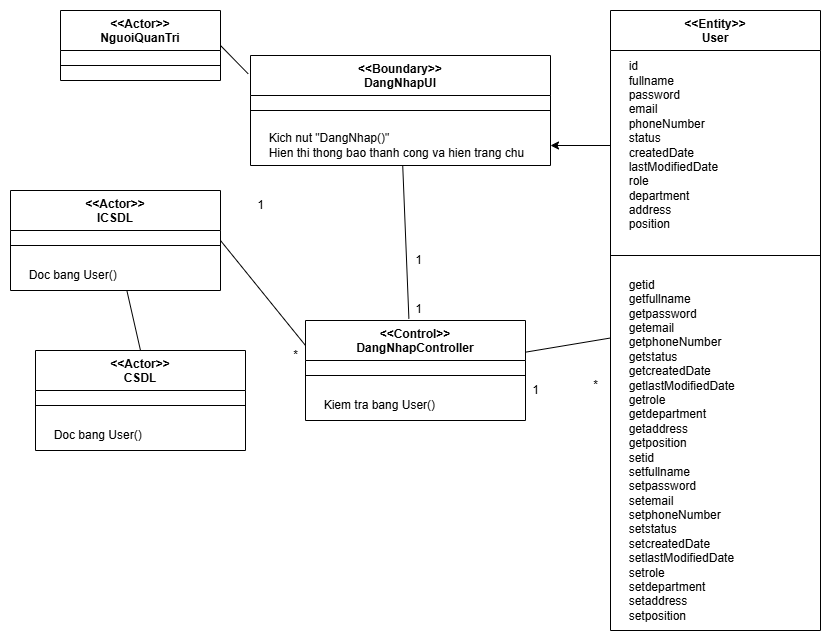
This is Báo Cáo/VOPC/VPOC-DangNhap.drawio.png from chickenlazy/college, a draw.io export, as it was before one commit. Source tidied: cells renumbered, new cells last; positions are measured from the earlier drawing's top-left corner, leaving out a move shared by most shapes.
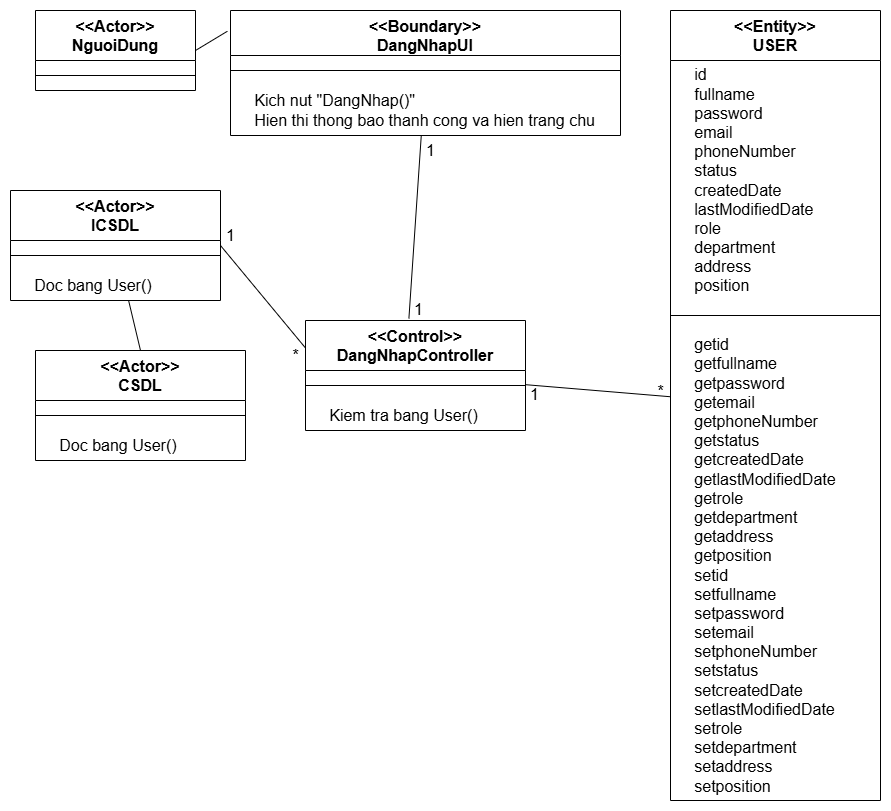
After the commit.

What changed in the source:
```diff
@@ -2,95 +2,92 @@
   <root>
     <mxCell id="0" />
     <mxCell id="1" parent="0" />
-    <mxCell id="2" value="&amp;lt;&amp;lt;Actor&amp;gt;&amp;gt;&lt;div&gt;NguoiQuanTri&lt;/div&gt;" style="swimlane;fontStyle=1;align=center;verticalAlign=top;horizontal=1;startSize=40;whiteSpace=wrap;html=1;" parent="1" vertex="1">
-      <mxGeometry x="50" width="160" height="70" as="geometry" />
+    <mxCell id="2" value="&amp;lt;&amp;lt;Actor&amp;gt;&amp;gt;&lt;div&gt;NguoiDung&lt;/div&gt;" style="swimlane;fontStyle=1;align=center;verticalAlign=top;horizontal=1;startSize=50;whiteSpace=wrap;html=1;fontSize=16;" parent="1" vertex="1">
+      <mxGeometry x="25" width="160" height="80" as="geometry" />
     </mxCell>
-    <mxCell id="3" style="line;strokeWidth=1;fillColor=none;align=left;verticalAlign=middle;spacingTop=-1;spacingLeft=3;spacingRight=3;labelPosition=right;strokeColor=inherit;" parent="2" vertex="1">
-      <mxGeometry y="40" width="160" height="30" as="geometry" />
+    <mxCell id="3" style="line;strokeWidth=1;fillColor=none;align=left;verticalAlign=middle;spacingTop=-1;spacingLeft=3;spacingRight=3;labelPosition=right;strokeColor=inherit;fontSize=16;" parent="2" vertex="1">
+      <mxGeometry y="50" width="160" height="30" as="geometry" />
     </mxCell>
-    <mxCell id="4" value="&amp;lt;&amp;lt;Boundary&amp;gt;&amp;gt;&lt;div&gt;DangNhapUI&lt;/div&gt;" style="swimlane;fontStyle=1;align=center;verticalAlign=top;horizontal=1;startSize=40;whiteSpace=wrap;html=1;" parent="1" vertex="1">
-      <mxGeometry x="240" y="45" width="300" height="110" as="geometry" />
+    <mxCell id="4" value="&amp;lt;&amp;lt;Boundary&amp;gt;&amp;gt;&lt;div&gt;DangNhapUI&lt;/div&gt;" style="swimlane;fontStyle=1;align=center;verticalAlign=top;horizontal=1;startSize=45;whiteSpace=wrap;html=1;fontSize=16;" parent="1" vertex="1">
+      <mxGeometry x="220" width="390" height="125" as="geometry" />
     </mxCell>
-    <mxCell id="5" style="line;strokeWidth=1;fillColor=none;align=left;verticalAlign=middle;spacingTop=-1;spacingLeft=3;spacingRight=3;labelPosition=right;strokeColor=inherit;" parent="4" vertex="1">
-      <mxGeometry y="40" width="300" height="30" as="geometry" />
+    <mxCell id="5" style="line;strokeWidth=1;fillColor=none;align=left;verticalAlign=middle;spacingTop=-1;spacingLeft=3;spacingRight=3;labelPosition=right;strokeColor=inherit;fontSize=16;" parent="4" vertex="1">
+      <mxGeometry y="45" width="390" height="30" as="geometry" />
     </mxCell>
-    <mxCell id="6" value="&amp;nbsp; &amp;nbsp; &amp;nbsp;Kich nut &quot;DangNhap()&quot;&lt;br&gt;&lt;div&gt;&lt;span style=&quot;background-color: transparent; color: light-dark(rgb(0, 0, 0), rgb(255, 255, 255));&quot;&gt;&amp;nbsp; &amp;nbsp; &amp;nbsp;Hien thi thong bao thanh cong va hien trang chu&lt;/span&gt;&lt;span style=&quot;background-color: transparent; color: light-dark(rgb(0, 0, 0), rgb(255, 255, 255));&quot;&gt;&amp;nbsp;&lt;/span&gt;&lt;/div&gt;" style="text;html=1;align=left;verticalAlign=middle;points=[];strokeColor=none;fillColor=none;" parent="4" vertex="1">
-      <mxGeometry y="70" width="300" height="40" as="geometry" />
+    <mxCell id="6" value="&amp;nbsp; &amp;nbsp; &amp;nbsp;Kich nut &quot;DangNhap()&quot;&lt;br&gt;&lt;div&gt;&lt;span style=&quot;background-color: transparent; color: light-dark(rgb(0, 0, 0), rgb(255, 255, 255));&quot;&gt;&amp;nbsp; &amp;nbsp; &amp;nbsp;Hien thi thong bao thanh cong va hien trang chu&lt;/span&gt;&lt;span style=&quot;background-color: transparent; color: light-dark(rgb(0, 0, 0), rgb(255, 255, 255));&quot;&gt;&amp;nbsp;&lt;/span&gt;&lt;/div&gt;" style="text;html=1;align=left;verticalAlign=middle;points=[];strokeColor=none;fillColor=none;fontSize=16;" parent="4" vertex="1">
+      <mxGeometry y="75" width="390" height="50" as="geometry" />
     </mxCell>
-    <mxCell id="7" value="&amp;lt;&amp;lt;Control&amp;gt;&amp;gt;&lt;div&gt;DangNhapController&lt;/div&gt;" style="swimlane;fontStyle=1;align=center;verticalAlign=top;horizontal=1;startSize=40;whiteSpace=wrap;html=1;" parent="1" vertex="1">
-      <mxGeometry x="295" y="310" width="220" height="100" as="geometry" />
+    <mxCell id="7" value="&amp;lt;&amp;lt;Control&amp;gt;&amp;gt;&lt;div&gt;DangNhapController&lt;/div&gt;" style="swimlane;fontStyle=1;align=center;verticalAlign=top;horizontal=1;startSize=50;whiteSpace=wrap;html=1;fontSize=16;" parent="1" vertex="1">
+      <mxGeometry x="295" y="310" width="220" height="110" as="geometry" />
     </mxCell>
-    <mxCell id="8" style="line;strokeWidth=1;fillColor=none;align=left;verticalAlign=middle;spacingTop=-1;spacingLeft=3;spacingRight=3;labelPosition=right;strokeColor=inherit;" parent="7" vertex="1">
-      <mxGeometry y="40" width="220" height="30" as="geometry" />
+    <mxCell id="8" style="line;strokeWidth=1;fillColor=none;align=left;verticalAlign=middle;spacingTop=-1;spacingLeft=3;spacingRight=3;labelPosition=right;strokeColor=inherit;fontSize=16;" parent="7" vertex="1">
+      <mxGeometry y="50" width="220" height="30" as="geometry" />
     </mxCell>
-    <mxCell id="9" value="&amp;nbsp; &amp;nbsp; &amp;nbsp;Kiem tra bang User()" style="text;html=1;align=left;verticalAlign=middle;strokeColor=none;fillColor=none;" parent="7" vertex="1">
-      <mxGeometry y="70" width="220" height="30" as="geometry" />
+    <mxCell id="9" value="&amp;nbsp; &amp;nbsp; &amp;nbsp;Kiem tra bang User()" style="text;html=1;align=left;verticalAlign=middle;strokeColor=none;fillColor=none;fontSize=16;" parent="7" vertex="1">
+      <mxGeometry y="80" width="220" height="30" as="geometry" />
     </mxCell>
-    <mxCell id="10" value="&amp;lt;&amp;lt;Actor&amp;gt;&amp;gt;&lt;div&gt;CSDL&lt;/div&gt;" style="swimlane;fontStyle=1;align=center;verticalAlign=top;horizontal=1;startSize=40;whiteSpace=wrap;html=1;" parent="1" vertex="1">
-      <mxGeometry x="25" y="340" width="210" height="100" as="geometry" />
+    <mxCell id="10" value="&amp;lt;&amp;lt;Actor&amp;gt;&amp;gt;&lt;div&gt;CSDL&lt;/div&gt;" style="swimlane;fontStyle=1;align=center;verticalAlign=top;horizontal=1;startSize=50;whiteSpace=wrap;html=1;fontSize=16;" parent="1" vertex="1">
+      <mxGeometry x="25" y="340" width="210" height="110" as="geometry" />
     </mxCell>
-    <mxCell id="11" style="line;strokeWidth=1;fillColor=none;align=left;verticalAlign=middle;spacingTop=-1;spacingLeft=3;spacingRight=3;labelPosition=right;strokeColor=inherit;" parent="10" vertex="1">
-      <mxGeometry y="40" width="210" height="30" as="geometry" />
+    <mxCell id="11" style="line;strokeWidth=1;fillColor=none;align=left;verticalAlign=middle;spacingTop=-1;spacingLeft=3;spacingRight=3;labelPosition=right;strokeColor=inherit;fontSize=16;" parent="10" vertex="1">
+      <mxGeometry y="50" width="210" height="30" as="geometry" />
     </mxCell>
-    <mxCell id="12" value="&amp;nbsp; &amp;nbsp; &amp;nbsp;Doc bang User()" style="text;html=1;align=left;verticalAlign=middle;strokeColor=none;fillColor=none;" parent="10" vertex="1">
-      <mxGeometry y="70" width="210" height="30" as="geometry" />
+    <mxCell id="12" value="&amp;nbsp; &amp;nbsp; &amp;nbsp;Doc bang User()" style="text;html=1;align=left;verticalAlign=middle;strokeColor=none;fillColor=none;fontSize=16;" parent="10" vertex="1">
+      <mxGeometry y="80" width="210" height="30" as="geometry" />
     </mxCell>
-    <mxCell id="13" value="&amp;lt;&amp;lt;Actor&amp;gt;&amp;gt;&lt;div&gt;ICSDL&lt;/div&gt;" style="swimlane;fontStyle=1;align=center;verticalAlign=top;horizontal=1;startSize=40;whiteSpace=wrap;html=1;" parent="1" vertex="1">
-      <mxGeometry y="180" width="210" height="100" as="geometry" />
+    <mxCell id="13" value="&amp;lt;&amp;lt;Actor&amp;gt;&amp;gt;&lt;div&gt;ICSDL&lt;/div&gt;" style="swimlane;fontStyle=1;align=center;verticalAlign=top;horizontal=1;startSize=50;whiteSpace=wrap;html=1;fontSize=16;" parent="1" vertex="1">
+      <mxGeometry y="180" width="210" height="110" as="geometry" />
     </mxCell>
-    <mxCell id="14" style="line;strokeWidth=1;fillColor=none;align=left;verticalAlign=middle;spacingTop=-1;spacingLeft=3;spacingRight=3;labelPosition=right;strokeColor=inherit;" parent="13" vertex="1">
-      <mxGeometry y="40" width="210" height="30" as="geometry" />
+    <mxCell id="14" style="line;strokeWidth=1;fillColor=none;align=left;verticalAlign=middle;spacingTop=-1;spacingLeft=3;spacingRight=3;labelPosition=right;strokeColor=inherit;fontSize=16;" parent="13" vertex="1">
+      <mxGeometry y="50" width="210" height="30" as="geometry" />
     </mxCell>
-    <mxCell id="15" value="&amp;nbsp; &amp;nbsp; &amp;nbsp;Doc bang User()" style="text;html=1;align=left;verticalAlign=middle;strokeColor=none;fillColor=none;" parent="13" vertex="1">
-      <mxGeometry y="70" width="210" height="30" as="geometry" />
+    <mxCell id="15" value="&amp;nbsp; &amp;nbsp; &amp;nbsp;Doc bang User()" style="text;html=1;align=left;verticalAlign=middle;strokeColor=none;fillColor=none;fontSize=16;" parent="13" vertex="1">
+      <mxGeometry y="80" width="210" height="30" as="geometry" />
     </mxCell>
-    <mxCell id="16" value="&amp;lt;&amp;lt;Entity&amp;gt;&amp;gt;&lt;div&gt;User&lt;/div&gt;" style="swimlane;fontStyle=1;align=center;verticalAlign=top;horizontal=1;startSize=40;whiteSpace=wrap;html=1;" parent="1" vertex="1">
-      <mxGeometry x="600" width="210" height="620" as="geometry" />
+    <mxCell id="16" value="&amp;lt;&amp;lt;Entity&amp;gt;&amp;gt;&lt;div&gt;USER&lt;/div&gt;" style="swimlane;fontStyle=1;align=center;verticalAlign=top;horizontal=1;startSize=50;whiteSpace=wrap;html=1;fontSize=16;" parent="1" vertex="1">
+      <mxGeometry x="660" width="210" height="790" as="geometry" />
     </mxCell>
-    <mxCell id="17" value="&amp;nbsp; &amp;nbsp; &amp;nbsp;id&lt;div&gt;&amp;nbsp; &amp;nbsp; &amp;nbsp;fullname&lt;/div&gt;&lt;div&gt;&amp;nbsp; &amp;nbsp; &amp;nbsp;password&lt;/div&gt;&lt;div&gt;&amp;nbsp; &amp;nbsp; &amp;nbsp;email&lt;/div&gt;&lt;div&gt;&amp;nbsp; &amp;nbsp; &amp;nbsp;phoneNumber&lt;/div&gt;&lt;div&gt;&amp;nbsp; &amp;nbsp; &amp;nbsp;status&lt;/div&gt;&lt;div&gt;&amp;nbsp; &amp;nbsp; &amp;nbsp;createdDate&lt;/div&gt;&lt;div&gt;&amp;nbsp; &amp;nbsp; &amp;nbsp;lastModifiedDate&lt;/div&gt;&lt;div&gt;&amp;nbsp; &amp;nbsp; &amp;nbsp;role&lt;/div&gt;&lt;div&gt;&amp;nbsp; &amp;nbsp; &amp;nbsp;department&lt;/div&gt;&lt;div&gt;&amp;nbsp; &amp;nbsp; &amp;nbsp;address&lt;/div&gt;&lt;div&gt;&amp;nbsp; &amp;nbsp; &amp;nbsp;position&lt;/div&gt;" style="text;html=1;align=left;verticalAlign=middle;points=[];strokeColor=none;fillColor=none;" parent="16" vertex="1">
-      <mxGeometry y="40" width="210" height="190" as="geometry" />
+    <mxCell id="17" value="&amp;nbsp; &amp;nbsp; &amp;nbsp;id&lt;div&gt;&amp;nbsp; &amp;nbsp; &amp;nbsp;fullname&lt;/div&gt;&lt;div&gt;&amp;nbsp; &amp;nbsp; &amp;nbsp;password&lt;/div&gt;&lt;div&gt;&amp;nbsp; &amp;nbsp; &amp;nbsp;email&lt;/div&gt;&lt;div&gt;&amp;nbsp; &amp;nbsp; &amp;nbsp;phoneNumber&lt;/div&gt;&lt;div&gt;&amp;nbsp; &amp;nbsp; &amp;nbsp;status&lt;/div&gt;&lt;div&gt;&amp;nbsp; &amp;nbsp; &amp;nbsp;createdDate&lt;/div&gt;&lt;div&gt;&amp;nbsp; &amp;nbsp; &amp;nbsp;lastModifiedDate&lt;/div&gt;&lt;div&gt;&amp;nbsp; &amp;nbsp; &amp;nbsp;role&lt;/div&gt;&lt;div&gt;&amp;nbsp; &amp;nbsp; &amp;nbsp;department&lt;/div&gt;&lt;div&gt;&amp;nbsp; &amp;nbsp; &amp;nbsp;address&lt;/div&gt;&lt;div&gt;&amp;nbsp; &amp;nbsp; &amp;nbsp;position&lt;/div&gt;" style="text;html=1;align=left;verticalAlign=middle;points=[];strokeColor=none;fillColor=none;fontSize=16;" parent="16" vertex="1">
+      <mxGeometry y="50" width="210" height="240" as="geometry" />
     </mxCell>
-    <mxCell id="18" style="line;strokeWidth=1;fillColor=none;align=left;verticalAlign=middle;spacingTop=-1;spacingLeft=3;spacingRight=3;labelPosition=right;strokeColor=inherit;" parent="16" vertex="1">
-      <mxGeometry y="230" width="210" height="30" as="geometry" />
+    <mxCell id="18" style="line;strokeWidth=1;fillColor=none;align=left;verticalAlign=middle;spacingTop=-1;spacingLeft=3;spacingRight=3;labelPosition=right;strokeColor=inherit;fontSize=16;" parent="16" vertex="1">
+      <mxGeometry y="290" width="210" height="30" as="geometry" />
     </mxCell>
-    <mxCell id="19" value="&amp;nbsp; &amp;nbsp; &amp;nbsp;getid&lt;div&gt;&amp;nbsp; &amp;nbsp; &amp;nbsp;getfullname&lt;/div&gt;&lt;div&gt;&amp;nbsp; &amp;nbsp; &amp;nbsp;get&lt;span style=&quot;background-color: transparent; color: light-dark(rgb(0, 0, 0), rgb(255, 255, 255));&quot;&gt;password&lt;/span&gt;&lt;/div&gt;&lt;div&gt;&amp;nbsp; &amp;nbsp; &amp;nbsp;get&lt;span style=&quot;background-color: transparent; color: light-dark(rgb(0, 0, 0), rgb(255, 255, 255));&quot;&gt;email&lt;/span&gt;&lt;/div&gt;&lt;div&gt;&amp;nbsp; &amp;nbsp; &amp;nbsp;get&lt;span style=&quot;background-color: transparent; color: light-dark(rgb(0, 0, 0), rgb(255, 255, 255));&quot;&gt;phoneNumber&lt;/span&gt;&lt;/div&gt;&lt;div&gt;&amp;nbsp; &amp;nbsp; &amp;nbsp;getstatus&lt;/div&gt;&lt;div&gt;&amp;nbsp; &amp;nbsp; &amp;nbsp;getcreatedDate&lt;/div&gt;&lt;div&gt;&amp;nbsp; &amp;nbsp; &amp;nbsp;getlastModifiedDate&lt;/div&gt;&lt;div&gt;&amp;nbsp; &amp;nbsp; &amp;nbsp;getrole&lt;/div&gt;&lt;div&gt;&amp;nbsp; &amp;nbsp; &amp;nbsp;getdepartment&lt;/div&gt;&lt;div&gt;&amp;nbsp; &amp;nbsp; &amp;nbsp;getaddress&lt;/div&gt;&lt;div&gt;&amp;nbsp; &amp;nbsp; &amp;nbsp;getposition&lt;/div&gt;&lt;div&gt;&amp;nbsp; &amp;nbsp; &amp;nbsp;setid&lt;div&gt;&amp;nbsp; &amp;nbsp; &amp;nbsp;setfullname&lt;/div&gt;&lt;div&gt;&amp;nbsp; &amp;nbsp; &amp;nbsp;set&lt;span style=&quot;background-color: transparent; color: light-dark(rgb(0, 0, 0), rgb(255, 255, 255));&quot;&gt;password&lt;/span&gt;&lt;/div&gt;&lt;div&gt;&amp;nbsp; &amp;nbsp; &amp;nbsp;set&lt;span style=&quot;background-color: transparent; color: light-dark(rgb(0, 0, 0), rgb(255, 255, 255));&quot;&gt;email&lt;/span&gt;&lt;/div&gt;&lt;div&gt;&amp;nbsp; &amp;nbsp; &amp;nbsp;set&lt;span style=&quot;background-color: transparent; color: light-dark(rgb(0, 0, 0), rgb(255, 255, 255));&quot;&gt;phoneNumber&lt;/span&gt;&lt;/div&gt;&lt;div&gt;&amp;nbsp; &amp;nbsp; &amp;nbsp;setstatus&lt;/div&gt;&lt;div&gt;&amp;nbsp; &amp;nbsp; &amp;nbsp;setcreatedDate&lt;/div&gt;&lt;div&gt;&amp;nbsp; &amp;nbsp; &amp;nbsp;setlastModifiedDate&lt;/div&gt;&lt;div&gt;&amp;nbsp; &amp;nbsp; &amp;nbsp;setrole&lt;/div&gt;&lt;/div&gt;&lt;div&gt;&amp;nbsp; &amp;nbsp; &amp;nbsp;setdepartment&lt;/div&gt;&lt;div&gt;&amp;nbsp; &amp;nbsp; &amp;nbsp;setaddress&lt;/div&gt;&lt;div&gt;&amp;nbsp; &amp;nbsp; &amp;nbsp;setposition&lt;/div&gt;" style="text;html=1;align=left;verticalAlign=middle;strokeColor=none;fillColor=none;" parent="16" vertex="1">
-      <mxGeometry y="260" width="210" height="360" as="geometry" />
+    <mxCell id="19" value="&amp;nbsp; &amp;nbsp; &amp;nbsp;getid&lt;div&gt;&amp;nbsp; &amp;nbsp; &amp;nbsp;getfullname&lt;/div&gt;&lt;div&gt;&amp;nbsp; &amp;nbsp; &amp;nbsp;get&lt;span style=&quot;background-color: transparent; color: light-dark(rgb(0, 0, 0), rgb(255, 255, 255));&quot;&gt;password&lt;/span&gt;&lt;/div&gt;&lt;div&gt;&amp;nbsp; &amp;nbsp; &amp;nbsp;get&lt;span style=&quot;background-color: transparent; color: light-dark(rgb(0, 0, 0), rgb(255, 255, 255));&quot;&gt;email&lt;/span&gt;&lt;/div&gt;&lt;div&gt;&amp;nbsp; &amp;nbsp; &amp;nbsp;get&lt;span style=&quot;background-color: transparent; color: light-dark(rgb(0, 0, 0), rgb(255, 255, 255));&quot;&gt;phoneNumber&lt;/span&gt;&lt;/div&gt;&lt;div&gt;&amp;nbsp; &amp;nbsp; &amp;nbsp;getstatus&lt;/div&gt;&lt;div&gt;&amp;nbsp; &amp;nbsp; &amp;nbsp;getcreatedDate&lt;/div&gt;&lt;div&gt;&amp;nbsp; &amp;nbsp; &amp;nbsp;getlastModifiedDate&lt;/div&gt;&lt;div&gt;&amp;nbsp; &amp;nbsp; &amp;nbsp;getrole&lt;/div&gt;&lt;div&gt;&amp;nbsp; &amp;nbsp; &amp;nbsp;getdepartment&lt;/div&gt;&lt;div&gt;&amp;nbsp; &amp;nbsp; &amp;nbsp;getaddress&lt;/div&gt;&lt;div&gt;&amp;nbsp; &amp;nbsp; &amp;nbsp;getposition&lt;/div&gt;&lt;div&gt;&amp;nbsp; &amp;nbsp; &amp;nbsp;setid&lt;div&gt;&amp;nbsp; &amp;nbsp; &amp;nbsp;setfullname&lt;/div&gt;&lt;div&gt;&amp;nbsp; &amp;nbsp; &amp;nbsp;set&lt;span style=&quot;background-color: transparent; color: light-dark(rgb(0, 0, 0), rgb(255, 255, 255));&quot;&gt;password&lt;/span&gt;&lt;/div&gt;&lt;div&gt;&amp;nbsp; &amp;nbsp; &amp;nbsp;set&lt;span style=&quot;background-color: transparent; color: light-dark(rgb(0, 0, 0), rgb(255, 255, 255));&quot;&gt;email&lt;/span&gt;&lt;/div&gt;&lt;div&gt;&amp;nbsp; &amp;nbsp; &amp;nbsp;set&lt;span style=&quot;background-color: transparent; color: light-dark(rgb(0, 0, 0), rgb(255, 255, 255));&quot;&gt;phoneNumber&lt;/span&gt;&lt;/div&gt;&lt;div&gt;&amp;nbsp; &amp;nbsp; &amp;nbsp;setstatus&lt;/div&gt;&lt;div&gt;&amp;nbsp; &amp;nbsp; &amp;nbsp;setcreatedDate&lt;/div&gt;&lt;div&gt;&amp;nbsp; &amp;nbsp; &amp;nbsp;setlastModifiedDate&lt;/div&gt;&lt;div&gt;&amp;nbsp; &amp;nbsp; &amp;nbsp;setrole&lt;/div&gt;&lt;/div&gt;&lt;div&gt;&amp;nbsp; &amp;nbsp; &amp;nbsp;setdepartment&lt;/div&gt;&lt;div&gt;&amp;nbsp; &amp;nbsp; &amp;nbsp;setaddress&lt;/div&gt;&lt;div&gt;&amp;nbsp; &amp;nbsp; &amp;nbsp;setposition&lt;/div&gt;" style="text;html=1;align=left;verticalAlign=middle;strokeColor=none;fillColor=none;fontSize=16;" parent="16" vertex="1">
+      <mxGeometry y="320" width="210" height="470" as="geometry" />
     </mxCell>
-    <mxCell id="20" style="endArrow=none;html=1;rounded=0;exitX=1;exitY=0.5;exitDx=0;exitDy=0;entryX=-0.008;entryY=0.166;entryDx=0;entryDy=0;entryPerimeter=0;" parent="1" edge="1" source="2" target="4">
+    <mxCell id="20" style="endArrow=none;html=1;rounded=0;exitX=1;exitY=0.5;exitDx=0;exitDy=0;entryX=-0.008;entryY=0.166;entryDx=0;entryDy=0;entryPerimeter=0;fontSize=16;" parent="1" edge="1" source="2" target="4">
       <mxGeometry relative="1" as="geometry" />
     </mxCell>
-    <mxCell id="21" style="endArrow=none;html=1;rounded=0;exitX=0.5;exitY=0;exitDx=0;exitDy=0;" parent="1" edge="1" source="10" target="13">
+    <mxCell id="21" style="endArrow=none;html=1;rounded=0;exitX=0.5;exitY=0;exitDx=0;exitDy=0;fontSize=16;" parent="1" edge="1" source="10" target="13">
       <mxGeometry relative="1" as="geometry" />
     </mxCell>
-    <mxCell id="22" style="endArrow=none;html=1;rounded=0;exitX=0;exitY=0.25;exitDx=0;exitDy=0;entryX=1;entryY=0.5;entryDx=0;entryDy=0;" parent="1" edge="1" source="7" target="13">
+    <mxCell id="22" style="endArrow=none;html=1;rounded=0;exitX=0;exitY=0.25;exitDx=0;exitDy=0;entryX=1;entryY=0.5;entryDx=0;entryDy=0;fontSize=16;" parent="1" edge="1" source="7" target="13">
       <mxGeometry relative="1" as="geometry" />
     </mxCell>
-    <mxCell id="23" style="endArrow=none;html=1;rounded=0;" parent="1" edge="1" source="7" target="16">
+    <mxCell id="23" style="endArrow=none;html=1;rounded=0;fontSize=16;" parent="1" edge="1" source="7" target="16">
       <mxGeometry relative="1" as="geometry" />
     </mxCell>
-    <mxCell id="24" style="endArrow=none;html=1;rounded=0;exitX=0.47;exitY=-0.018;exitDx=0;exitDy=0;exitPerimeter=0;" parent="1" edge="1" source="7" target="4">
+    <mxCell id="24" style="endArrow=none;html=1;rounded=0;exitX=0.47;exitY=-0.018;exitDx=0;exitDy=0;exitPerimeter=0;fontSize=16;" parent="1" edge="1" source="7" target="4">
       <mxGeometry relative="1" as="geometry" />
     </mxCell>
-    <mxCell id="25" value="1" style="text;html=1;align=center;verticalAlign=middle;strokeColor=none;fillColor=none;" parent="1" vertex="1">
-      <mxGeometry x="510" y="365" width="30" height="30" as="geometry" />
+    <mxCell id="25" value="1" style="text;html=1;align=center;verticalAlign=middle;strokeColor=none;fillColor=none;fontSize=16;" parent="1" vertex="1">
+      <mxGeometry x="509" y="369" width="30" height="30" as="geometry" />
     </mxCell>
-    <mxCell id="26" value="*" style="text;html=1;align=center;verticalAlign=middle;strokeColor=none;fillColor=none;" parent="1" vertex="1">
-      <mxGeometry x="570" y="360" width="30" height="30" as="geometry" />
+    <mxCell id="26" value="*" style="text;html=1;align=center;verticalAlign=middle;strokeColor=none;fillColor=none;fontSize=16;" parent="1" vertex="1">
+      <mxGeometry x="635" y="366" width="30" height="30" as="geometry" />
     </mxCell>
-    <mxCell id="27" value="1" style="text;html=1;align=center;verticalAlign=middle;strokeColor=none;fillColor=none;" parent="1" vertex="1">
-      <mxGeometry x="235" y="180" width="30" height="30" as="geometry" />
+    <mxCell id="27" value="1" style="text;html=1;align=center;verticalAlign=middle;strokeColor=none;fillColor=none;fontSize=16;" parent="1" vertex="1">
+      <mxGeometry x="205" y="210" width="30" height="30" as="geometry" />
     </mxCell>
-    <mxCell id="28" value="*" style="text;html=1;align=center;verticalAlign=middle;strokeColor=none;fillColor=none;" parent="1" vertex="1">
+    <mxCell id="28" value="*" style="text;html=1;align=center;verticalAlign=middle;strokeColor=none;fillColor=none;fontSize=16;" parent="1" vertex="1">
       <mxGeometry x="270" y="330" width="30" height="30" as="geometry" />
     </mxCell>
-    <mxCell id="29" value="1" style="text;html=1;align=center;verticalAlign=middle;strokeColor=none;fillColor=none;" parent="1" vertex="1">
-      <mxGeometry x="393" y="235" width="30" height="30" as="geometry" />
+    <mxCell id="29" value="1" style="text;html=1;align=center;verticalAlign=middle;strokeColor=none;fillColor=none;fontSize=16;" parent="1" vertex="1">
+      <mxGeometry x="405" y="125" width="30" height="30" as="geometry" />
     </mxCell>
-    <mxCell id="30" value="1" style="text;html=1;align=center;verticalAlign=middle;strokeColor=none;fillColor=none;" parent="1" vertex="1">
+    <mxCell id="30" value="1" style="text;html=1;align=center;verticalAlign=middle;strokeColor=none;fillColor=none;fontSize=16;" parent="1" vertex="1">
       <mxGeometry x="393" y="284" width="30" height="30" as="geometry" />
     </mxCell>
-    <mxCell id="31" style="edgeStyle=orthogonalEdgeStyle;rounded=0;jettySize=auto;html=1;" parent="1" edge="1" source="17" target="6">
-      <mxGeometry relative="1" as="geometry" />
-    </mxCell>
   </root>
 </mxGraphModel>
```
